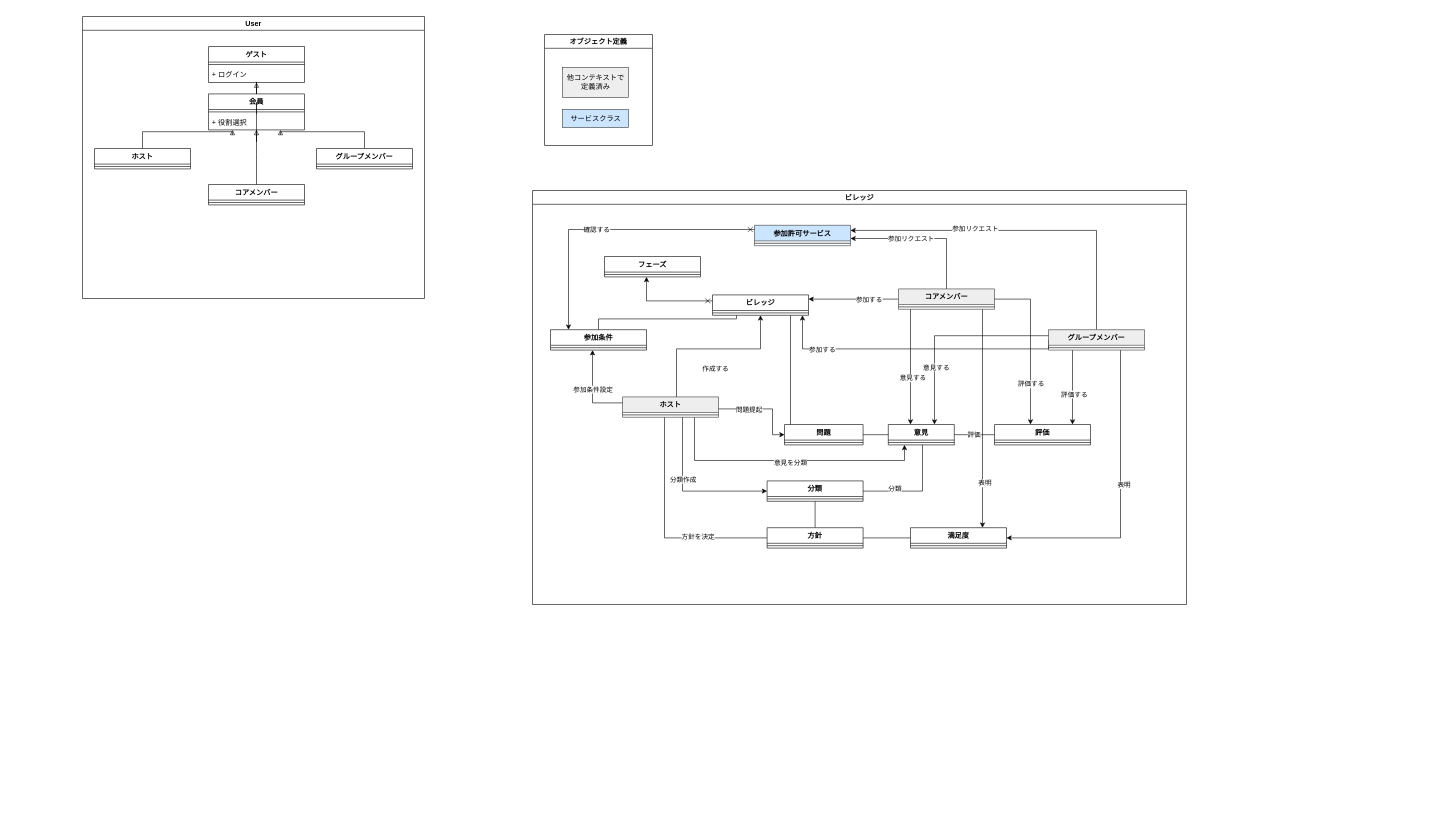
The draw.io diagram 設計資料/UML/クラス図.drawio in ShunMitsuoka/TachiNoVoice_doc, before the edit. Source tidied: cells renumbered, new cells numbered last; positions are measured from the earlier drawing's top-left corner, leaving out a move shared by most shapes. Both pictures are drawn from the tidied source at 60%, with x=0, y=0 at pixel (82, 16).
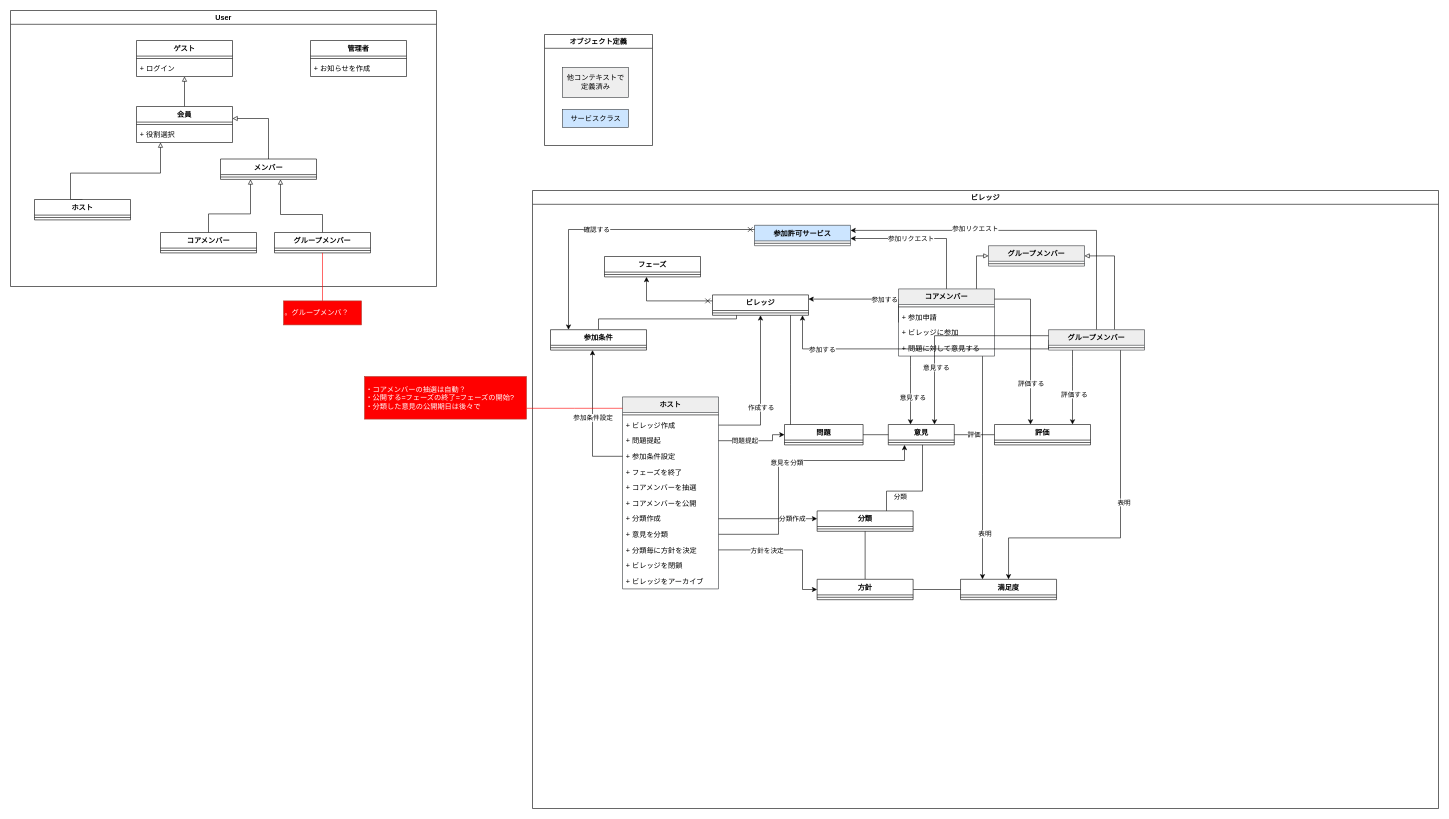
The same diagram, later.

Unchanged cells that the change refers to:
```xml
<mxCell id="3" value="ゲスト" style="swimlane;fontStyle=1;align=center;verticalAlign=top;horizontal=1;startSize=26;" parent="2" vertex="1">
  <mxGeometry x="210" y="50" width="160" height="60" as="geometry" />
</mxCell>
<mxCell id="10" value="+ 役割選択" style="text;strokeColor=none;fillColor=none;align=left;verticalAlign=top;spacingLeft=4;spacingRight=4;overflow=hidden;points=[[0,0.5],[1,0.5]];portConstraint=eastwest;" parent="7" vertex="1">
  <mxGeometry y="34" width="160" height="26" as="geometry" />
</mxCell>
<mxCell id="45" value="グループメンバー" style="swimlane;fontStyle=1;align=center;verticalAlign=top;horizontal=1;startSize=26;fillColor=#eeeeee;strokeColor=#36393d;" parent="20" vertex="1">
  <mxGeometry x="860" y="232" width="160" height="34" as="geometry" />
</mxCell>
<mxCell id="47" value="ビレッジ" style="swimlane;fontStyle=1;align=center;verticalAlign=top;horizontal=1;startSize=26;" parent="20" vertex="1">
  <mxGeometry x="300" y="174" width="160" height="34" as="geometry" />
</mxCell>
<mxCell id="49" value="問題" style="swimlane;fontStyle=1;align=center;verticalAlign=top;horizontal=1;startSize=26;" parent="20" vertex="1">
  <mxGeometry x="420" y="390" width="131" height="34" as="geometry" />
</mxCell>
<mxCell id="54" value="参加条件" style="swimlane;fontStyle=1;align=center;verticalAlign=top;horizontal=1;startSize=26;" parent="20" vertex="1">
  <mxGeometry x="30" y="232" width="160" height="34" as="geometry" />
</mxCell>
<mxCell id="62" value="意見" style="swimlane;fontStyle=1;align=center;verticalAlign=top;horizontal=1;startSize=26;" parent="20" vertex="1">
  <mxGeometry x="593" y="390" width="110" height="34" as="geometry" />
</mxCell>
```

Change to the diagram source:
```diff
@@
     <mxCell id="2" value="User" style="swimlane;" parent="1" vertex="1">
-      <mxGeometry width="570" height="470" as="geometry" />
+      <mxGeometry x="-120" y="-10" width="710" height="460" as="geometry" />
     </mxCell>
@@
-    <mxCell id="6" style="edgeStyle=orthogonalEdgeStyle;rounded=0;jettySize=auto;html=1;exitX=0.5;exitY=0;exitDx=0;exitDy=0;endArrow=block;endFill=0;" parent="2" edge="1" source="7" target="3">
+    <mxCell id="6" style="edgeStyle=orthogonalEdgeStyle;rounded=0;jettySize=auto;html=1;endArrow=block;endFill=0;" parent="2" edge="1" source="7" target="3">
       <mxGeometry relative="1" as="geometry" />
     </mxCell>
     <mxCell id="7" value="会員" style="swimlane;fontStyle=1;align=center;verticalAlign=top;horizontal=1;startSize=26;" parent="2" vertex="1">
-      <mxGeometry x="210" y="129" width="160" height="60" as="geometry" />
+      <mxGeometry x="210" y="160" width="160" height="60" as="geometry" />
     </mxCell>
@@
-    <mxCell id="9" style="edgeStyle=orthogonalEdgeStyle;rounded=0;jettySize=auto;html=1;exitX=0.5;exitY=0;exitDx=0;exitDy=0;endArrow=block;endFill=0;startArrow=none;" parent="7" edge="1" source="10" target="7">
-      <mxGeometry relative="1" as="geometry" />
-    </mxCell>
@@
     <mxCell id="11" style="edgeStyle=orthogonalEdgeStyle;rounded=0;jettySize=auto;html=1;exitX=0.5;exitY=0;exitDx=0;exitDy=0;endArrow=block;endFill=0;" parent="2" edge="1" source="12" target="7">
       <mxGeometry relative="1" as="geometry">
         <Array as="points">
-          <mxPoint x="100" y="192" />
-          <mxPoint x="250" y="192" />
+          <mxPoint x="100" y="271" />
+          <mxPoint x="250" y="271" />
         </Array>
       </mxGeometry>
     </mxCell>
     <mxCell id="12" value="ホスト" style="swimlane;fontStyle=1;align=center;verticalAlign=top;horizontal=1;startSize=26;" parent="2" vertex="1">
-      <mxGeometry x="20" y="220" width="160" height="34" as="geometry" />
+      <mxGeometry x="40" y="315" width="160" height="34" as="geometry" />
     </mxCell>
@@
+    <mxCell id="93" style="edgeStyle=orthogonalEdgeStyle;rounded=0;jettySize=auto;html=1;endArrow=block;endFill=0;" parent="2" edge="1" source="14" target="98">
+      <mxGeometry relative="1" as="geometry">
+        <Array as="points">
+          <mxPoint x="330" y="339" />
+          <mxPoint x="400" y="339" />
+        </Array>
+      </mxGeometry>
+    </mxCell>
     <mxCell id="14" value="コアメンバー" style="swimlane;fontStyle=1;align=center;verticalAlign=top;horizontal=1;startSize=26;" parent="2" vertex="1">
-      <mxGeometry x="210" y="280" width="160" height="34" as="geometry" />
+      <mxGeometry x="250" y="370" width="160" height="34" as="geometry" />
     </mxCell>
@@
-    <mxCell id="16" style="edgeStyle=orthogonalEdgeStyle;rounded=0;jettySize=auto;html=1;exitX=0.5;exitY=0;exitDx=0;exitDy=0;endArrow=block;endFill=0;" parent="2" edge="1" source="17" target="7">
+    <mxCell id="16" style="edgeStyle=orthogonalEdgeStyle;rounded=0;jettySize=auto;html=1;exitX=0.5;exitY=0;exitDx=0;exitDy=0;endArrow=block;endFill=0;" parent="2" edge="1" source="17" target="98">
       <mxGeometry relative="1" as="geometry">
         <Array as="points">
-          <mxPoint x="470" y="192" />
-          <mxPoint x="330" y="192" />
+          <mxPoint x="520" y="340" />
+          <mxPoint x="450" y="340" />
         </Array>
       </mxGeometry>
     </mxCell>
     <mxCell id="17" value="グループメンバー" style="swimlane;fontStyle=1;align=center;verticalAlign=top;horizontal=1;startSize=26;" parent="2" vertex="1">
-      <mxGeometry x="390" y="220" width="160" height="34" as="geometry" />
+      <mxGeometry x="440" y="370" width="160" height="34" as="geometry" />
     </mxCell>
@@
-    <mxCell id="19" style="edgeStyle=orthogonalEdgeStyle;rounded=0;jettySize=auto;html=1;exitX=0.5;exitY=0;exitDx=0;exitDy=0;endArrow=none;endFill=0;" parent="2" edge="1" source="14" target="10">
-      <mxGeometry relative="1" as="geometry">
-        <Array as="points">
-          <mxPoint x="290" y="230" />
-          <mxPoint x="290" y="230" />
-        </Array>
-      </mxGeometry>
-    </mxCell>
+    <mxCell id="94" value="管理者" style="swimlane;fontStyle=1;align=center;verticalAlign=top;horizontal=1;startSize=26;fontColor=#000000;fillColor=#FFFFFF;" parent="2" vertex="1">
+      <mxGeometry x="500" y="50" width="160" height="60" as="geometry" />
+    </mxCell>
+    <mxCell id="95" style="line;strokeWidth=1;fillColor=none;align=left;verticalAlign=middle;spacingTop=-1;spacingLeft=3;spacingRight=3;labelPosition=right;fontColor=#FFFFFF;" parent="94" vertex="1">
+      <mxGeometry y="26" width="160" height="8" as="geometry" />
+    </mxCell>
+    <mxCell id="96" value="+ お知らせを作成" style="text;strokeColor=none;fillColor=none;align=left;verticalAlign=top;spacingLeft=4;spacingRight=4;overflow=hidden;fontColor=#000000;" parent="94" vertex="1">
+      <mxGeometry y="34" width="160" height="26" as="geometry" />
+    </mxCell>
+    <mxCell id="97" style="edgeStyle=orthogonalEdgeStyle;rounded=0;jettySize=auto;html=1;fontColor=#000000;endArrow=block;endFill=0;strokeColor=#000000;" parent="2" edge="1" source="98" target="7">
+      <mxGeometry relative="1" as="geometry">
+        <Array as="points">
+          <mxPoint x="430" y="180" />
+        </Array>
+      </mxGeometry>
+    </mxCell>
+    <mxCell id="98" value="メンバー" style="swimlane;fontStyle=1;align=center;verticalAlign=top;horizontal=1;startSize=26;" parent="2" vertex="1">
+      <mxGeometry x="350" y="247.5" width="160" height="34" as="geometry" />
+    </mxCell>
+    <mxCell id="99" style="line;strokeWidth=1;fillColor=none;align=left;verticalAlign=middle;spacingTop=-1;spacingLeft=3;spacingRight=3;labelPosition=right;" parent="98" vertex="1">
+      <mxGeometry y="26" width="160" height="8" as="geometry" />
+    </mxCell>
     <mxCell id="20" value="ビレッジ" style="swimlane;" parent="1" vertex="1">
-      <mxGeometry x="750" y="290" width="1090" height="690" as="geometry" />
+      <mxGeometry x="750" y="290" width="1510" height="1030" as="geometry" />
     </mxCell>
-    <mxCell id="21" style="edgeStyle=orthogonalEdgeStyle;rounded=0;jettySize=auto;html=1;endArrow=classic;endFill=1;" parent="20" edge="1" source="27" target="47">
+    <mxCell id="21" style="edgeStyle=orthogonalEdgeStyle;rounded=0;jettySize=auto;html=1;endArrow=classic;endFill=1;" parent="20" edge="1" source="100" target="47">
       <mxGeometry relative="1" as="geometry">
         <Array as="points">
-          <mxPoint x="240" y="264" />
+          <mxPoint x="380" y="391" />
         </Array>
       </mxGeometry>
     </mxCell>
@@
-    <mxCell id="23" style="edgeStyle=orthogonalEdgeStyle;rounded=0;jettySize=auto;html=1;endArrow=none;endFill=0;" parent="20" edge="1" source="27" target="80">
+    <mxCell id="23" style="edgeStyle=orthogonalEdgeStyle;rounded=0;jettySize=auto;html=1;endArrow=classic;endFill=1;" parent="20" edge="1" source="108" target="80">
       <mxGeometry relative="1" as="geometry">
         <Array as="points">
-          <mxPoint x="220" y="579" />
+          <mxPoint x="450" y="599" />
+          <mxPoint x="450" y="665" />
         </Array>
       </mxGeometry>
     </mxCell>
     <mxCell id="24" value="方針を決定" style="edgeLabel;html=1;align=center;verticalAlign=middle;" parent="23" vertex="1">
       <mxGeometry x="0.37" y="2" relative="1" as="geometry">
-        <mxPoint x="1" as="offset" />
+        <mxPoint x="-62" y="-17" as="offset" />
       </mxGeometry>
     </mxCell>
-    <mxCell id="25" style="edgeStyle=orthogonalEdgeStyle;rounded=0;jettySize=auto;html=1;exitX=0.75;exitY=1;exitDx=0;exitDy=0;startArrow=none;startFill=0;endArrow=classic;endFill=1;" parent="20" edge="1" source="27" target="62">
+    <mxCell id="25" style="edgeStyle=orthogonalEdgeStyle;rounded=0;jettySize=auto;html=1;startArrow=none;startFill=0;endArrow=classic;endFill=1;" parent="20" edge="1" source="107" target="62">
       <mxGeometry relative="1" as="geometry">
         <Array as="points">
-          <mxPoint x="270" y="450" />
+          <mxPoint x="410" y="573" />
+          <mxPoint x="410" y="450" />
           <mxPoint x="620" y="450" />
         </Array>
       </mxGeometry>
     </mxCell>
@@
     <mxCell id="27" value="ホスト" style="swimlane;fontStyle=1;align=center;verticalAlign=top;horizontal=1;startSize=26;fillColor=#eeeeee;strokeColor=#36393d;" parent="20" vertex="1">
-      <mxGeometry x="150" y="344" width="160" height="34" as="geometry" />
+      <mxGeometry x="150" y="344" width="160" height="320" as="geometry" />
     </mxCell>
@@
+    <mxCell id="100" value="+ ビレッジ作成" style="text;strokeColor=none;fillColor=none;align=left;verticalAlign=top;spacingLeft=4;spacingRight=4;overflow=hidden;points=[[0,0.5],[1,0.5]];portConstraint=eastwest;" parent="27" vertex="1">
+      <mxGeometry y="34" width="160" height="26" as="geometry" />
+    </mxCell>
+    <mxCell id="101" value="+ 問題提起" style="text;strokeColor=none;fillColor=none;align=left;verticalAlign=top;spacingLeft=4;spacingRight=4;overflow=hidden;points=[[0,0.5],[1,0.5]];portConstraint=eastwest;" parent="27" vertex="1">
+      <mxGeometry y="60" width="160" height="26" as="geometry" />
+    </mxCell>
+    <mxCell id="102" value="+ 参加条件設定" style="text;strokeColor=none;fillColor=none;align=left;verticalAlign=top;spacingLeft=4;spacingRight=4;overflow=hidden;points=[[0,0.5],[1,0.5]];portConstraint=eastwest;" parent="27" vertex="1">
+      <mxGeometry y="86" width="160" height="26" as="geometry" />
+    </mxCell>
+    <mxCell id="103" value="+ フェーズを終了" style="text;strokeColor=none;fillColor=none;align=left;verticalAlign=top;spacingLeft=4;spacingRight=4;overflow=hidden;" parent="27" vertex="1">
+      <mxGeometry y="112" width="160" height="26" as="geometry" />
+    </mxCell>
+    <mxCell id="104" value="+ コアメンバーを抽選" style="text;strokeColor=none;fillColor=none;align=left;verticalAlign=top;spacingLeft=4;spacingRight=4;overflow=hidden;" parent="27" vertex="1">
+      <mxGeometry y="138" width="160" height="26" as="geometry" />
+    </mxCell>
+    <mxCell id="105" value="+ コアメンバーを公開" style="text;strokeColor=none;fillColor=none;align=left;verticalAlign=top;spacingLeft=4;spacingRight=4;overflow=hidden;" parent="27" vertex="1">
+      <mxGeometry y="164" width="160" height="26" as="geometry" />
+    </mxCell>
+    <mxCell id="106" value="+ 分類作成" style="text;strokeColor=none;fillColor=none;align=left;verticalAlign=top;spacingLeft=4;spacingRight=4;overflow=hidden;points=[[0,0.5],[1,0.5]];portConstraint=eastwest;" parent="27" vertex="1">
+      <mxGeometry y="190" width="160" height="26" as="geometry" />
+    </mxCell>
+    <mxCell id="107" value="+ 意見を分類" style="text;strokeColor=none;fillColor=none;align=left;verticalAlign=top;spacingLeft=4;spacingRight=4;overflow=hidden;points=[[0,0.5],[1,0.5]];portConstraint=eastwest;" parent="27" vertex="1">
+      <mxGeometry y="216" width="160" height="26" as="geometry" />
+    </mxCell>
+    <mxCell id="108" value="+ 分類毎に方針を決定" style="text;strokeColor=none;fillColor=none;align=left;verticalAlign=top;spacingLeft=4;spacingRight=4;overflow=hidden;points=[[0,0.5],[1,0.5]];portConstraint=eastwest;" parent="27" vertex="1">
+      <mxGeometry y="242" width="160" height="26" as="geometry" />
+    </mxCell>
+    <mxCell id="109" value="+ ビレッジを閉鎖" style="text;strokeColor=none;fillColor=none;align=left;verticalAlign=top;spacingLeft=4;spacingRight=4;overflow=hidden;" parent="27" vertex="1">
+      <mxGeometry y="268" width="160" height="26" as="geometry" />
+    </mxCell>
+    <mxCell id="110" value="+ ビレッジをアーカイブ" style="text;strokeColor=none;fillColor=none;align=left;verticalAlign=top;spacingLeft=4;spacingRight=4;overflow=hidden;" parent="27" vertex="1">
+      <mxGeometry y="294" width="160" height="26" as="geometry" />
+    </mxCell>
@@
+    <mxCell id="111" style="edgeStyle=orthogonalEdgeStyle;rounded=0;jettySize=auto;html=1;fontColor=#000000;endArrow=block;endFill=0;strokeColor=#000000;" parent="20" edge="1" source="35" target="116">
+      <mxGeometry relative="1" as="geometry">
+        <Array as="points">
+          <mxPoint x="740" y="109" />
+        </Array>
+      </mxGeometry>
+    </mxCell>
     <mxCell id="35" value="コアメンバー" style="swimlane;fontStyle=1;align=center;verticalAlign=top;horizontal=1;startSize=26;fillColor=#eeeeee;strokeColor=#36393d;" parent="20" vertex="1">
-      <mxGeometry x="610" y="164" width="160" height="34" as="geometry" />
+      <mxGeometry x="610" y="164" width="160" height="112" as="geometry" />
     </mxCell>
@@
+    <mxCell id="112" value="+ 参加申請" style="text;strokeColor=none;fillColor=none;align=left;verticalAlign=top;spacingLeft=4;spacingRight=4;overflow=hidden;fontColor=#000000;" parent="35" vertex="1">
+      <mxGeometry y="34" width="160" height="26" as="geometry" />
+    </mxCell>
+    <mxCell id="113" value="+ ビレッジに参加" style="text;strokeColor=none;fillColor=none;align=left;verticalAlign=top;spacingLeft=4;spacingRight=4;overflow=hidden;fontColor=#000000;" parent="35" vertex="1">
+      <mxGeometry y="60" width="160" height="26" as="geometry" />
+    </mxCell>
+    <mxCell id="114" value="+ 問題に対して意見する" style="text;strokeColor=none;fillColor=none;align=left;verticalAlign=top;spacingLeft=4;spacingRight=4;overflow=hidden;fontColor=#000000;" parent="35" vertex="1">
+      <mxGeometry y="86" width="160" height="26" as="geometry" />
+    </mxCell>
@@
+    <mxCell id="115" style="edgeStyle=orthogonalEdgeStyle;rounded=0;jettySize=auto;html=1;entryX=1;entryY=0.5;entryDx=0;entryDy=0;fontColor=#000000;endArrow=block;endFill=0;strokeColor=#000000;" parent="20" edge="1" source="45" target="116">
+      <mxGeometry relative="1" as="geometry">
+        <Array as="points">
+          <mxPoint x="970" y="109" />
+        </Array>
+      </mxGeometry>
+    </mxCell>
@@
-    <mxCell id="51" style="edgeStyle=orthogonalEdgeStyle;rounded=0;jettySize=auto;html=1;endArrow=classic;endFill=1;" parent="20" edge="1" source="27" target="49">
+    <mxCell id="51" style="edgeStyle=orthogonalEdgeStyle;rounded=0;jettySize=auto;html=1;endArrow=classic;endFill=1;" parent="20" edge="1" source="101" target="49">
       <mxGeometry relative="1" as="geometry">
         <Array as="points">
-          <mxPoint x="400" y="364" />
+          <mxPoint x="400" y="417" />
           <mxPoint x="400" y="407" />
         </Array>
       </mxGeometry>
     </mxCell>
@@
-    <mxCell id="56" style="edgeStyle=orthogonalEdgeStyle;rounded=0;jettySize=auto;html=1;endArrow=classic;endFill=1;" parent="20" edge="1" source="27" target="54">
+    <mxCell id="56" style="edgeStyle=orthogonalEdgeStyle;rounded=0;jettySize=auto;html=1;endArrow=classic;endFill=1;" parent="20" edge="1" source="102" target="54">
       <mxGeometry relative="1" as="geometry">
         <Array as="points">
-          <mxPoint x="100" y="354" />
+          <mxPoint x="100" y="443" />
         </Array>
       </mxGeometry>
     </mxCell>
@@
     <mxCell id="69" value="分類" style="swimlane;fontStyle=1;align=center;verticalAlign=top;horizontal=1;startSize=26;" parent="20" vertex="1">
-      <mxGeometry x="391" y="484" width="160" height="34" as="geometry" />
+      <mxGeometry x="474.4" y="534" width="160" height="34" as="geometry" />
     </mxCell>
@@
-    <mxCell id="71" style="edgeStyle=orthogonalEdgeStyle;rounded=0;jettySize=auto;html=1;startArrow=none;startFill=0;endArrow=classic;endFill=1;" parent="20" edge="1" source="27" target="69">
+    <mxCell id="71" style="edgeStyle=orthogonalEdgeStyle;rounded=0;jettySize=auto;html=1;startArrow=none;startFill=0;endArrow=classic;endFill=1;" parent="20" edge="1" source="106" target="69">
       <mxGeometry relative="1" as="geometry">
         <Array as="points">
-          <mxPoint x="250" y="501" />
+          <mxPoint x="554" y="540" />
         </Array>
       </mxGeometry>
     </mxCell>
     <mxCell id="72" value="分類作成" style="edgeLabel;html=1;align=center;verticalAlign=middle;" parent="71" vertex="1">
       <mxGeometry x="-0.47" y="2" relative="1" as="geometry">
-        <mxPoint x="-2" y="33" as="offset" />
+        <mxPoint x="78" y="2" as="offset" />
       </mxGeometry>
     </mxCell>
@@
     <mxCell id="76" value="満足度" style="swimlane;fontStyle=1;align=center;verticalAlign=top;horizontal=1;startSize=26;" parent="20" vertex="1">
-      <mxGeometry x="630" y="562" width="160" height="34" as="geometry" />
+      <mxGeometry x="713.4" y="648" width="160" height="34" as="geometry" />
     </mxCell>
@@
     <mxCell id="80" value="方針" style="swimlane;fontStyle=1;align=center;verticalAlign=top;horizontal=1;startSize=26;" parent="20" vertex="1">
-      <mxGeometry x="391" y="562" width="160" height="34" as="geometry" />
+      <mxGeometry x="474.4" y="648" width="160" height="34" as="geometry" />
     </mxCell>
@@
     <mxCell id="82" style="edgeStyle=orthogonalEdgeStyle;rounded=0;jettySize=auto;html=1;startArrow=none;startFill=0;endArrow=none;endFill=0;" parent="20" edge="1" source="62" target="69">
       <mxGeometry relative="1" as="geometry">
         <Array as="points">
           <mxPoint x="650" y="501" />
+          <mxPoint x="590" y="501" />
         </Array>
       </mxGeometry>
     </mxCell>
     <mxCell id="83" value="分類" style="edgeLabel;html=1;align=center;verticalAlign=middle;" parent="82" vertex="1">
-      <mxGeometry x="0.41" y="-5" relative="1" as="geometry" />
+      <mxGeometry x="0.41" y="-5" relative="1" as="geometry">
+        <mxPoint x="5" y="13" as="offset" />
+      </mxGeometry>
     </mxCell>
@@
+    <mxCell id="116" value="グループメンバー" style="swimlane;fontStyle=1;align=center;verticalAlign=top;horizontal=1;startSize=26;fillColor=#eeeeee;strokeColor=#36393d;" parent="20" vertex="1">
+      <mxGeometry x="760" y="92" width="160" height="34" as="geometry" />
+    </mxCell>
+    <mxCell id="117" style="line;strokeWidth=1;fillColor=none;align=left;verticalAlign=middle;spacingTop=-1;spacingLeft=3;spacingRight=3;labelPosition=right;" parent="116" vertex="1">
+      <mxGeometry y="26" width="160" height="8" as="geometry" />
+    </mxCell>
@@
+    <mxCell id="118" value="&lt;span style=&quot;background-color: initial;&quot;&gt;&lt;font color=&quot;#ffffff&quot;&gt;・コアメンバーの抽選は自動？&lt;br&gt;・公開する=フェーズの終了=フェーズの開始?&lt;br&gt;・分類した意見の公開期日は後々で&lt;/font&gt;&lt;br&gt;&lt;/span&gt;" style="whiteSpace=wrap;html=1;align=left;verticalAlign=middle;newEdgeStyle={&quot;edgeStyle&quot;:&quot;elbowEdgeStyle&quot;,&quot;startArrow&quot;:&quot;none&quot;,&quot;endArrow&quot;:&quot;none&quot;};fillColor=#FF0000;strokeColor=#ae4132;" parent="1" vertex="1">
+      <mxGeometry x="470" y="600" width="270" height="71" as="geometry" />
+    </mxCell>
+    <mxCell id="119" style="edgeStyle=elbowEdgeStyle;elbow=vertical;startArrow=none;endArrow=none;rounded=0;strokeColor=#FF0000;" parent="1" edge="1" source="27" target="118">
+      <mxGeometry relative="1" as="geometry" />
+    </mxCell>
+    <mxCell id="120" style="edgeStyle=orthogonalEdgeStyle;rounded=0;jettySize=auto;html=1;fontColor=#000000;endArrow=none;endFill=0;strokeColor=#FF0000;" parent="1" edge="1" source="121" target="17">
+      <mxGeometry relative="1" as="geometry" />
+    </mxCell>
+    <mxCell id="121" value="&lt;span style=&quot;background-color: initial;&quot;&gt;&lt;font color=&quot;#ffffff&quot;&gt;。グループメンバ？&lt;/font&gt;&lt;br&gt;&lt;/span&gt;" style="whiteSpace=wrap;html=1;align=left;verticalAlign=middle;newEdgeStyle={&quot;edgeStyle&quot;:&quot;elbowEdgeStyle&quot;,&quot;startArrow&quot;:&quot;none&quot;,&quot;endArrow&quot;:&quot;none&quot;};fillColor=#FF0000;strokeColor=#ae4132;" parent="1" vertex="1">
+      <mxGeometry x="335" y="474" width="130" height="40" as="geometry" />
+    </mxCell>
```
